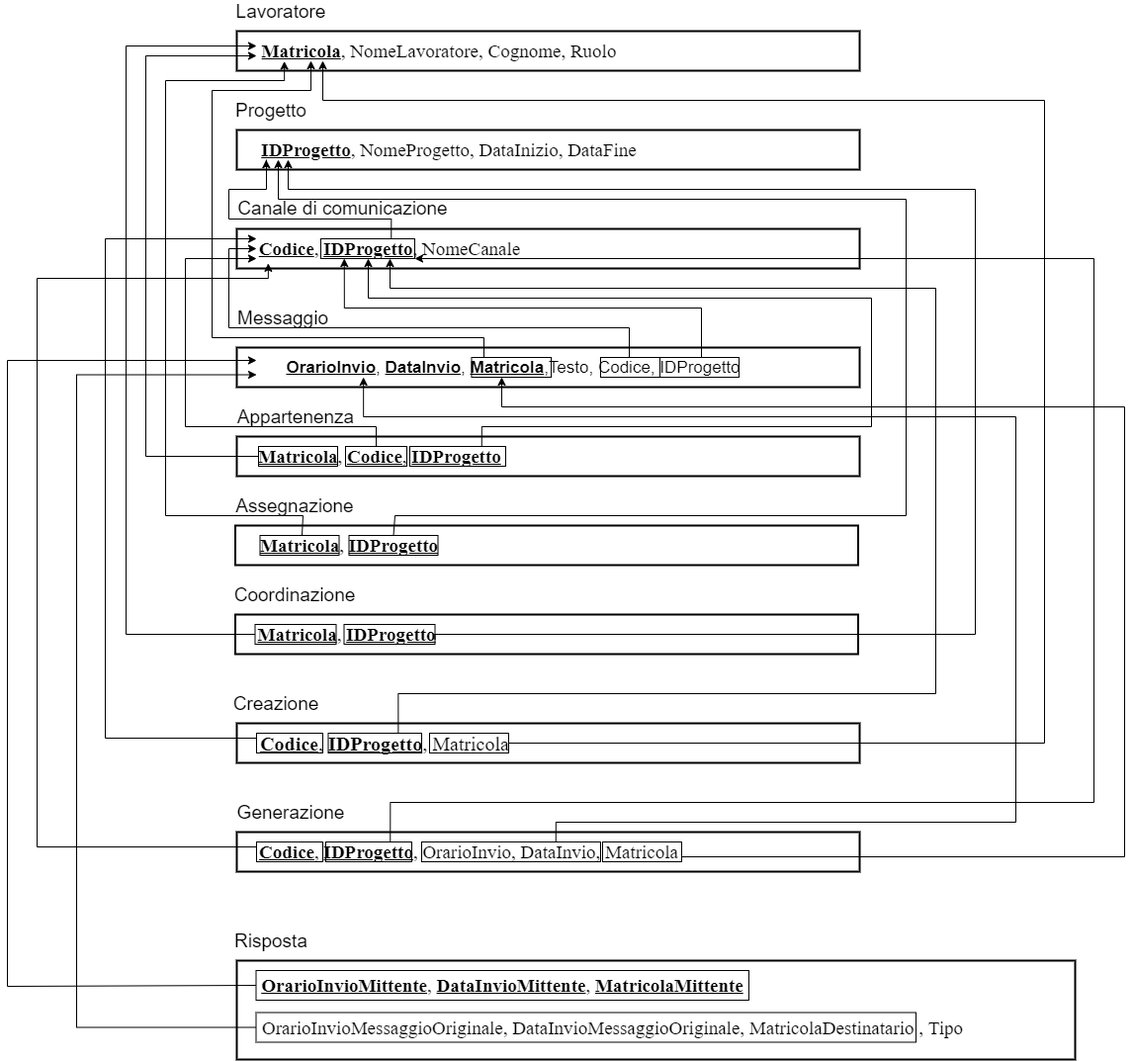
martafra/BD-Chat-Multicanale keeps this draw.io diagram as Relazione/Schema ER/modello-relazionale.png. Above is the earlier version. Source tidied: cells renumbered, new cells last; positions are measured from the earlier drawing's top-left corner, leaving out a move shared by most shapes.
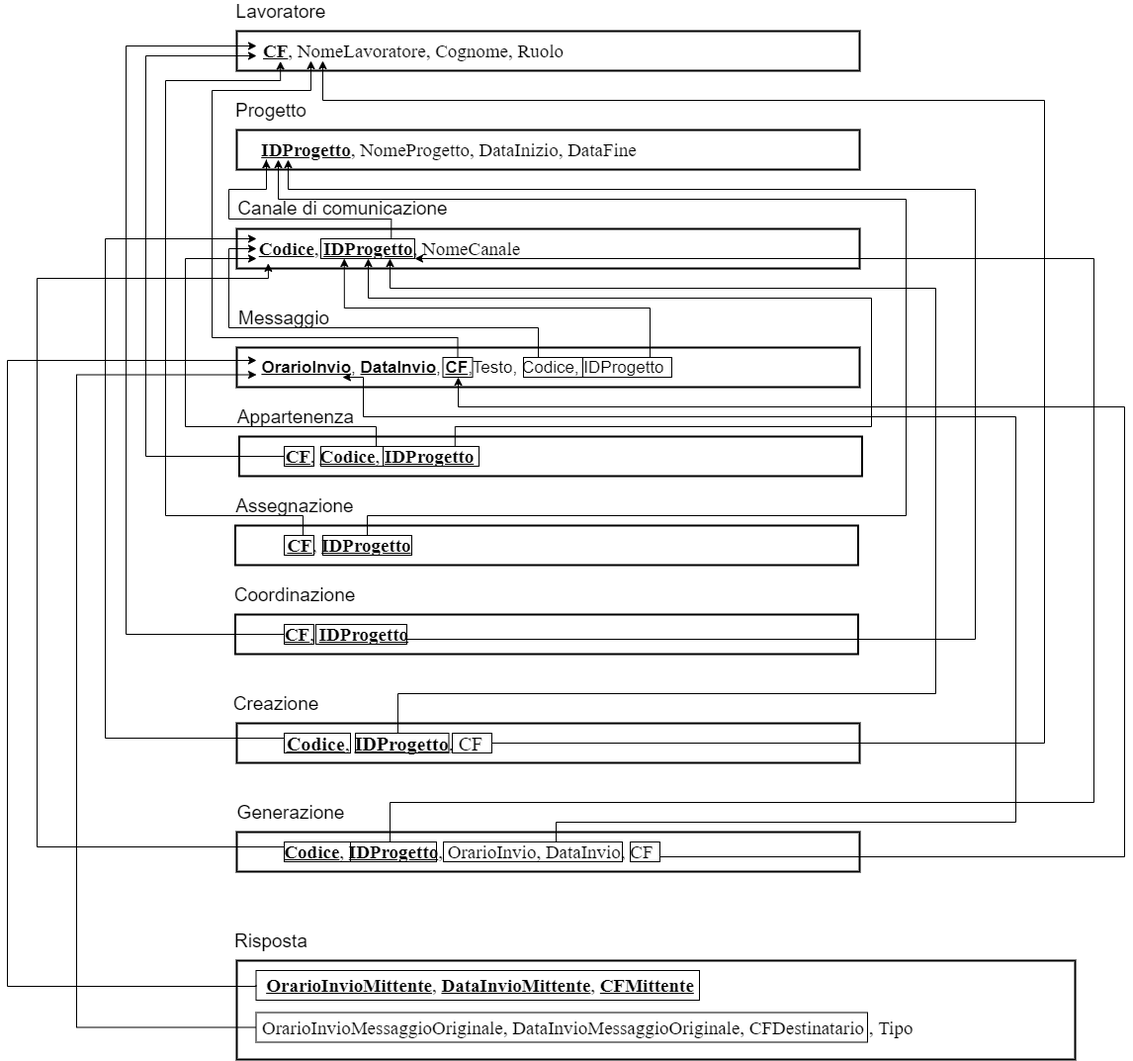
After the commit.

Diff of the diagram source:
```diff
@@ -7,4 +7,4 @@
     </mxCell>
-    <mxCell id="3" value="&lt;span style=&quot;font-size: 19px; line-height: 150%; font-family: &amp;quot;times new roman&amp;quot;, serif;&quot;&gt;&lt;u style=&quot;font-size: 19px;&quot;&gt;&lt;b style=&quot;font-size: 19px;&quot;&gt;Matricola&lt;/b&gt;&lt;/u&gt;, NomeLavoratore, Cognome, Ruolo&lt;/span&gt;" style="text;html=1;strokeColor=none;fillColor=none;align=center;verticalAlign=middle;whiteSpace=wrap;rounded=0;fontSize=19;" parent="1" vertex="1">
-      <mxGeometry x="252" y="40" width="370" height="20" as="geometry" />
+    <mxCell id="3" value="&lt;span style=&quot;font-size: 19px ; line-height: 150% ; font-family: &amp;#34;times new roman&amp;#34; , serif&quot;&gt;&lt;u style=&quot;font-size: 19px&quot;&gt;&lt;b style=&quot;font-size: 19px&quot;&gt;CF&lt;/b&gt;&lt;/u&gt;, NomeLavoratore, Cognome, Ruolo&lt;/span&gt;" style="text;html=1;strokeColor=none;fillColor=none;align=center;verticalAlign=middle;whiteSpace=wrap;rounded=0;fontSize=19;" parent="1" vertex="1">
+      <mxGeometry x="252" y="40" width="318" height="20" as="geometry" />
     </mxCell>
@@ -34,4 +34,4 @@
     </mxCell>
-    <mxCell id="12" value="&lt;font style=&quot;font-size: 17px&quot;&gt;&lt;u&gt;&lt;span style=&quot;line-height: 150%&quot;&gt;&lt;b&gt;OrarioInvio&lt;/b&gt;&lt;/span&gt;&lt;/u&gt;&lt;span style=&quot;line-height: 150%&quot;&gt;, &lt;u&gt;&lt;b&gt;DataInvio&lt;/b&gt;&lt;/u&gt;, &lt;u&gt;&lt;b&gt;Matricola&lt;/b&gt;&lt;/u&gt;,Testo, Codice, IDProgetto&lt;/span&gt;&lt;/font&gt;" style="text;whiteSpace=wrap;html=1;fontSize=18;fontFamily=Helvetica;verticalAlign=middle;align=center;" parent="1" vertex="1">
-      <mxGeometry x="252" y="355" width="520" height="30" as="geometry" />
+    <mxCell id="12" value="&lt;font style=&quot;font-size: 17px&quot;&gt;&lt;u&gt;&lt;span style=&quot;line-height: 150%&quot;&gt;&lt;b&gt;OrarioInvio&lt;/b&gt;&lt;/span&gt;&lt;/u&gt;&lt;span style=&quot;line-height: 150%&quot;&gt;, &lt;u&gt;&lt;b&gt;DataInvio&lt;/b&gt;&lt;/u&gt;, &lt;b&gt;&lt;u&gt;CF&lt;/u&gt;&lt;/b&gt;,Testo, Codice, IDProgetto&lt;/span&gt;&lt;/font&gt;" style="text;whiteSpace=wrap;html=1;fontSize=18;fontFamily=Helvetica;verticalAlign=middle;align=center;" parent="1" vertex="1">
+      <mxGeometry x="252" y="355" width="418" height="30" as="geometry" />
     </mxCell>
@@ -41,5 +41,5 @@
     <mxCell id="14" style="rounded=0;whiteSpace=wrap;html=1;fillColor=none;strokeWidth=2;" parent="1" vertex="1">
-      <mxGeometry x="232" y="440" width="630" height="40" as="geometry" />
+      <mxGeometry x="234.5" y="440" width="630" height="40" as="geometry" />
     </mxCell>
-    <mxCell id="15" value="&lt;u style=&quot;font-size: 19px&quot;&gt;&lt;span style=&quot;font-size: 19px ; line-height: 150% ; font-family: &amp;#34;times new roman&amp;#34; , serif&quot;&gt;&lt;b&gt;Matricola&lt;/b&gt;&lt;/span&gt;&lt;/u&gt;&lt;span style=&quot;font-size: 19px ; line-height: 150% ; font-family: &amp;#34;times new roman&amp;#34; , serif&quot;&gt;, &lt;u style=&quot;font-size: 19px&quot;&gt;&lt;b&gt;Codice&lt;/b&gt;&lt;/u&gt;, &lt;u style=&quot;font-size: 19px&quot;&gt;&lt;b&gt;IDProgetto&lt;/b&gt;&lt;/u&gt;&lt;/span&gt;" style="text;html=1;strokeColor=none;fillColor=none;align=center;verticalAlign=middle;whiteSpace=wrap;rounded=0;fontFamily=Helvetica;fontSize=19;" parent="1" vertex="1">
+    <mxCell id="15" value="&lt;u style=&quot;font-size: 19px&quot;&gt;&lt;span style=&quot;font-size: 19px ; line-height: 150% ; font-family: &amp;#34;times new roman&amp;#34; , serif&quot;&gt;&lt;b&gt;CF&lt;/b&gt;&lt;/span&gt;&lt;/u&gt;&lt;span style=&quot;font-size: 19px ; line-height: 150% ; font-family: &amp;#34;times new roman&amp;#34; , serif&quot;&gt;, &lt;u style=&quot;font-size: 19px&quot;&gt;&lt;b&gt;Codice&lt;/b&gt;&lt;/u&gt;, &lt;u style=&quot;font-size: 19px&quot;&gt;&lt;b&gt;IDProgetto&lt;/b&gt;&lt;/u&gt;&lt;/span&gt;" style="text;html=1;strokeColor=none;fillColor=none;align=center;verticalAlign=middle;whiteSpace=wrap;rounded=0;fontFamily=Helvetica;fontSize=19;" parent="1" vertex="1">
       <mxGeometry x="252" y="450" width="250" height="20" as="geometry" />
@@ -59,3 +59,3 @@
           <mxPoint x="160" y="80" />
-          <mxPoint x="280" y="80" />
+          <mxPoint x="276" y="80" />
         </Array>
@@ -63,3 +63,3 @@
     </mxCell>
-    <mxCell id="19" value="&lt;font style=&quot;font-size: 19px&quot;&gt;&lt;u style=&quot;font-weight: bold&quot;&gt;&lt;span style=&quot;line-height: 150% ; font-family: &amp;#34;times new roman&amp;#34; , serif&quot;&gt;Matricola&lt;/span&gt;&lt;/u&gt;&lt;span style=&quot;line-height: 150% ; font-family: &amp;#34;times new roman&amp;#34; , serif&quot;&gt;, &lt;u style=&quot;font-weight: bold&quot;&gt;IDProgetto&lt;/u&gt;&lt;/span&gt;&lt;/font&gt;" style="text;html=1;strokeColor=none;fillColor=none;align=center;verticalAlign=middle;whiteSpace=wrap;rounded=0;fontFamily=Helvetica;fontSize=19;" parent="1" vertex="1">
+    <mxCell id="19" value="&lt;font style=&quot;font-size: 19px&quot;&gt;&lt;span style=&quot;line-height: 150% ; font-family: &amp;#34;times new roman&amp;#34; , serif&quot;&gt;&lt;b&gt;&lt;u&gt;CF&lt;/u&gt;&lt;/b&gt;, &lt;u style=&quot;font-weight: bold&quot;&gt;IDProgetto&lt;/u&gt;&lt;/span&gt;&lt;/font&gt;" style="text;html=1;strokeColor=none;fillColor=none;align=center;verticalAlign=middle;whiteSpace=wrap;rounded=0;fontFamily=Helvetica;fontSize=19;" parent="1" vertex="1">
       <mxGeometry x="250.5" y="540" width="190" height="20" as="geometry" />
@@ -72,3 +72,3 @@
     </mxCell>
-    <mxCell id="22" value="&lt;font style=&quot;font-size: 19px&quot;&gt;&lt;u&gt;&lt;span style=&quot;line-height: 150% ; font-family: &amp;#34;times new roman&amp;#34; , serif&quot;&gt;&lt;b&gt;Matricola&lt;/b&gt;&lt;/span&gt;&lt;/u&gt;&lt;span style=&quot;line-height: 150% ; font-family: &amp;#34;times new roman&amp;#34; , serif&quot;&gt;,&amp;nbsp;&lt;u&gt;&lt;b&gt;IDProgetto&lt;/b&gt;&lt;/u&gt;&lt;/span&gt;&lt;/font&gt;" style="text;html=1;strokeColor=none;fillColor=none;align=center;verticalAlign=middle;whiteSpace=wrap;rounded=0;fontFamily=Helvetica;fontSize=19;" parent="1" vertex="1">
+    <mxCell id="22" value="&lt;font style=&quot;font-size: 19px&quot;&gt;&lt;u&gt;&lt;span style=&quot;line-height: 150% ; font-family: &amp;#34;times new roman&amp;#34; , serif&quot;&gt;&lt;b&gt;CF&lt;/b&gt;&lt;/span&gt;&lt;/u&gt;&lt;span style=&quot;line-height: 150% ; font-family: &amp;#34;times new roman&amp;#34; , serif&quot;&gt;,&amp;nbsp;&lt;u&gt;&lt;b&gt;IDProgetto&lt;/b&gt;&lt;/u&gt;&lt;/span&gt;&lt;/font&gt;" style="text;html=1;strokeColor=none;fillColor=none;align=center;verticalAlign=middle;whiteSpace=wrap;rounded=0;fontFamily=Helvetica;fontSize=19;" parent="1" vertex="1">
       <mxGeometry x="255.5" y="630" width="175" height="20" as="geometry" />
@@ -81,3 +81,3 @@
     </mxCell>
-    <mxCell id="25" value="&lt;font style=&quot;font-size: 20px;&quot;&gt;&lt;u style=&quot;font-size: 20px;&quot;&gt;&lt;span style=&quot;line-height: 150%; font-family: &amp;quot;times new roman&amp;quot;, serif; font-size: 20px;&quot;&gt;&lt;b style=&quot;font-size: 20px;&quot;&gt;Codice&lt;/b&gt;&lt;/span&gt;&lt;/u&gt;&lt;span style=&quot;line-height: 150%; font-family: &amp;quot;times new roman&amp;quot;, serif; font-size: 20px;&quot;&gt;, &lt;u style=&quot;font-size: 20px;&quot;&gt;&lt;b style=&quot;font-size: 20px;&quot;&gt;IDProgetto&lt;/b&gt;&lt;/u&gt;, Matricola&lt;/span&gt;&lt;/font&gt;" style="text;html=1;strokeColor=none;fillColor=none;align=center;verticalAlign=middle;whiteSpace=wrap;rounded=0;fontFamily=Helvetica;fontSize=20;" parent="1" vertex="1">
+    <mxCell id="25" value="&lt;font style=&quot;font-size: 20px&quot;&gt;&lt;u style=&quot;font-size: 20px&quot;&gt;&lt;span style=&quot;line-height: 150% ; font-family: &amp;#34;times new roman&amp;#34; , serif ; font-size: 20px&quot;&gt;&lt;b style=&quot;font-size: 20px&quot;&gt;Codice&lt;/b&gt;&lt;/span&gt;&lt;/u&gt;&lt;span style=&quot;line-height: 150% ; font-family: &amp;#34;times new roman&amp;#34; , serif ; font-size: 20px&quot;&gt;, &lt;u style=&quot;font-size: 20px&quot;&gt;&lt;b style=&quot;font-size: 20px&quot;&gt;IDProgetto&lt;/b&gt;&lt;/u&gt;, CF&lt;/span&gt;&lt;/font&gt;" style="text;html=1;strokeColor=none;fillColor=none;align=center;verticalAlign=middle;whiteSpace=wrap;rounded=0;fontFamily=Helvetica;fontSize=20;" parent="1" vertex="1">
       <mxGeometry x="252" y="740" width="260" height="20" as="geometry" />
@@ -90,3 +90,3 @@
     </mxCell>
-    <mxCell id="28" value="&lt;u style=&quot;font-size: 19px&quot;&gt;&lt;span style=&quot;font-size: 19px ; line-height: 150% ; font-family: &amp;#34;times new roman&amp;#34; , serif&quot;&gt;&lt;b&gt;Codice&lt;/b&gt;&lt;/span&gt;&lt;/u&gt;&lt;span style=&quot;font-size: 19px ; line-height: 150% ; font-family: &amp;#34;times new roman&amp;#34; , serif&quot;&gt;, &lt;u style=&quot;font-size: 19px&quot;&gt;&lt;b&gt;IDProgetto&lt;/b&gt;&lt;/u&gt;, OrarioInvio, DataInvio, Matricola&lt;/span&gt;" style="text;html=1;strokeColor=none;fillColor=none;align=center;verticalAlign=middle;whiteSpace=wrap;rounded=0;fontFamily=Helvetica;fontSize=19;" parent="1" vertex="1">
+    <mxCell id="28" value="&lt;u style=&quot;font-size: 19px&quot;&gt;&lt;span style=&quot;font-size: 19px ; line-height: 150% ; font-family: &amp;#34;times new roman&amp;#34; , serif&quot;&gt;&lt;b&gt;Codice&lt;/b&gt;&lt;/span&gt;&lt;/u&gt;&lt;span style=&quot;font-size: 19px ; line-height: 150% ; font-family: &amp;#34;times new roman&amp;#34; , serif&quot;&gt;, &lt;u style=&quot;font-size: 19px&quot;&gt;&lt;b&gt;IDProgetto&lt;/b&gt;&lt;/u&gt;, OrarioInvio, DataInvio, CF&lt;/span&gt;" style="text;html=1;strokeColor=none;fillColor=none;align=center;verticalAlign=middle;whiteSpace=wrap;rounded=0;fontFamily=Helvetica;fontSize=19;" parent="1" vertex="1">
       <mxGeometry x="252" y="845" width="430" height="30" as="geometry" />
@@ -108,3 +108,3 @@
     </mxCell>
-    <mxCell id="32" value="&lt;span style=&quot;font-size: 19px ; line-height: 150% ; font-family: &amp;#34;times new roman&amp;#34; , serif&quot;&gt;OrarioInvioMessaggioOriginale, DataInvioMessaggioOriginale, MatricolaDestinatario , Tipo&lt;/span&gt;" style="text;html=1;strokeColor=none;fillColor=none;align=left;verticalAlign=middle;whiteSpace=wrap;rounded=0;fontFamily=Helvetica;fontSize=19;" parent="1" vertex="1">
+    <mxCell id="32" value="&lt;span style=&quot;font-size: 19px ; line-height: 150% ; font-family: &amp;#34;times new roman&amp;#34; , serif&quot;&gt;OrarioInvioMessaggioOriginale, DataInvioMessaggioOriginale, CFDestinatario , Tipo&lt;/span&gt;" style="text;html=1;strokeColor=none;fillColor=none;align=left;verticalAlign=middle;whiteSpace=wrap;rounded=0;fontFamily=Helvetica;fontSize=19;" parent="1" vertex="1">
       <mxGeometry x="255.5" y="1022.5" width="714.5" height="30" as="geometry" />
@@ -131,3 +131,3 @@
         <Array as="points">
-          <mxPoint x="482" y="340" />
+          <mxPoint x="456" y="340" />
           <mxPoint x="207" y="340" />
@@ -139,3 +139,3 @@
     <mxCell id="37" style="rounded=0;whiteSpace=wrap;html=1;fillColor=none;fontFamily=Helvetica;fontSize=19;align=left;" parent="1" vertex="1">
-      <mxGeometry x="469.5" y="360" width="80.5" height="20" as="geometry" />
+      <mxGeometry x="440.5" y="360" width="30" height="20" as="geometry" />
     </mxCell>
@@ -144,3 +144,4 @@
         <Array as="points">
-          <mxPoint x="702" y="310" />
+          <mxPoint x="650" y="360" />
+          <mxPoint x="650" y="310" />
           <mxPoint x="341" y="310" />
@@ -150,6 +151,6 @@
     <mxCell id="39" style="rounded=0;whiteSpace=wrap;html=1;fillColor=none;fontFamily=Helvetica;fontSize=19;align=left;" parent="1" vertex="1">
-      <mxGeometry x="660" y="360" width="80" height="20" as="geometry" />
+      <mxGeometry x="582" y="360" width="90" height="20" as="geometry" />
     </mxCell>
     <mxCell id="40" style="rounded=0;whiteSpace=wrap;html=1;fillColor=none;fontFamily=Helvetica;fontSize=19;align=left;" parent="1" vertex="1">
-      <mxGeometry x="255.5" y="540" width="80" height="20" as="geometry" />
+      <mxGeometry x="280" y="540" width="30" height="20" as="geometry" />
     </mxCell>
@@ -159,4 +160,3 @@
         <Array as="points">
-          <mxPoint x="392" y="540" />
-          <mxPoint x="392" y="520" />
+          <mxPoint x="364" y="520" />
           <mxPoint x="909" y="520" />
@@ -168,3 +168,3 @@
     <mxCell id="42" style="rounded=0;whiteSpace=wrap;html=1;fillColor=none;fontFamily=Helvetica;fontSize=19;align=left;" parent="1" vertex="1">
-      <mxGeometry x="345.5" y="540" width="90" height="20" as="geometry" />
+      <mxGeometry x="319" y="540" width="90" height="20" as="geometry" />
     </mxCell>
@@ -179,3 +179,3 @@
     <mxCell id="44" style="rounded=0;whiteSpace=wrap;html=1;fillColor=none;fontFamily=Helvetica;fontSize=19;align=left;" parent="1" vertex="1">
-      <mxGeometry x="250.5" y="630" width="82" height="20" as="geometry" />
+      <mxGeometry x="280" y="630" width="30" height="20" as="geometry" />
     </mxCell>
@@ -184,4 +184,3 @@
         <Array as="points">
-          <mxPoint x="433" y="640" />
-          <mxPoint x="979" y="640" />
+          <mxPoint x="979" y="645" />
           <mxPoint x="979" y="190" />
@@ -192,3 +191,3 @@
     <mxCell id="46" style="rounded=0;whiteSpace=wrap;html=1;fillColor=none;fontFamily=Helvetica;fontSize=19;align=left;" parent="1" vertex="1">
-      <mxGeometry x="340.5" y="630" width="92" height="20" as="geometry" />
+      <mxGeometry x="312" y="630" width="92" height="20" as="geometry" />
     </mxCell>
@@ -203,3 +202,3 @@
     <mxCell id="48" style="rounded=0;whiteSpace=wrap;html=1;fillColor=none;fontFamily=Helvetica;fontSize=19;align=left;" parent="1" vertex="1">
-      <mxGeometry x="254" y="450" width="80" height="20" as="geometry" />
+      <mxGeometry x="280" y="450" width="30" height="20" as="geometry" />
     </mxCell>
@@ -208,3 +207,3 @@
         <Array as="points">
-          <mxPoint x="629" y="330" />
+          <mxPoint x="537" y="330" />
           <mxPoint x="224" y="330" />
@@ -215,3 +214,3 @@
     <mxCell id="50" style="rounded=0;whiteSpace=wrap;html=1;fillColor=none;fontFamily=Helvetica;fontSize=19;align=left;" parent="1" vertex="1">
-      <mxGeometry x="600" y="360" width="60" height="20" as="geometry" />
+      <mxGeometry x="522" y="360" width="60" height="20" as="geometry" />
     </mxCell>
@@ -227,3 +226,3 @@
     <mxCell id="52" style="rounded=0;whiteSpace=wrap;html=1;fillColor=none;fontFamily=Helvetica;fontSize=19;align=left;" parent="1" vertex="1">
-      <mxGeometry x="342" y="450" width="62" height="20" as="geometry" />
+      <mxGeometry x="317" y="450" width="63" height="20" as="geometry" />
     </mxCell>
@@ -232,3 +231,3 @@
         <Array as="points">
-          <mxPoint x="480" y="430" />
+          <mxPoint x="453" y="430" />
           <mxPoint x="874" y="430" />
@@ -240,3 +239,3 @@
     <mxCell id="54" style="rounded=0;whiteSpace=wrap;html=1;fillColor=none;fontFamily=Helvetica;fontSize=19;align=left;" parent="1" vertex="1">
-      <mxGeometry x="407" y="450" width="97" height="20" as="geometry" />
+      <mxGeometry x="380" y="450" width="97" height="20" as="geometry" />
     </mxCell>
@@ -251,3 +250,3 @@
     <mxCell id="56" style="rounded=0;whiteSpace=wrap;html=1;fillColor=none;fontFamily=Helvetica;fontSize=19;align=left;" parent="1" vertex="1">
-      <mxGeometry x="252" y="740" width="67" height="20" as="geometry" />
+      <mxGeometry x="280" y="740" width="67" height="20" as="geometry" />
     </mxCell>
@@ -264,3 +263,3 @@
     <mxCell id="58" style="rounded=0;whiteSpace=wrap;html=1;fillColor=none;fontFamily=Helvetica;fontSize=19;align=left;" parent="1" vertex="1">
-      <mxGeometry x="324.5" y="740" width="94.5" height="20" as="geometry" />
+      <mxGeometry x="352" y="740" width="94.5" height="20" as="geometry" />
     </mxCell>
@@ -277,3 +276,3 @@
     <mxCell id="60" style="rounded=0;whiteSpace=wrap;html=1;fillColor=none;fontFamily=Helvetica;fontSize=19;align=left;" parent="1" vertex="1">
-      <mxGeometry x="427" y="740" width="80" height="20" as="geometry" />
+      <mxGeometry x="450" y="740" width="40" height="20" as="geometry" />
     </mxCell>
@@ -289,3 +288,3 @@
     <mxCell id="62" style="rounded=0;whiteSpace=wrap;html=1;fillColor=none;fontFamily=Helvetica;fontSize=19;align=left;" parent="1" vertex="1">
-      <mxGeometry x="252" y="850" width="67" height="20" as="geometry" />
+      <mxGeometry x="280" y="850" width="67" height="20" as="geometry" />
     </mxCell>
@@ -301,3 +300,3 @@
     <mxCell id="64" style="rounded=0;whiteSpace=wrap;html=1;fillColor=none;fontFamily=Helvetica;fontSize=19;align=left;" parent="1" vertex="1">
-      <mxGeometry x="322" y="850" width="87" height="20" as="geometry" />
+      <mxGeometry x="347" y="850" width="87" height="20" as="geometry" />
     </mxCell>
@@ -308,3 +307,3 @@
           <mxPoint x="1130" y="410" />
-          <mxPoint x="500" y="410" />
+          <mxPoint x="456" y="410" />
         </Array>
@@ -313,6 +312,6 @@
     <mxCell id="66" style="rounded=0;whiteSpace=wrap;html=1;fillColor=none;fontFamily=Helvetica;fontSize=19;align=left;" parent="1" vertex="1">
-      <mxGeometry x="602" y="850" width="80" height="20" as="geometry" />
+      <mxGeometry x="630" y="850" width="30" height="20" as="geometry" />
     </mxCell>
     <mxCell id="67" style="rounded=0;whiteSpace=wrap;html=1;fillColor=none;fontFamily=Helvetica;fontSize=19;align=left;" parent="1" vertex="1">
-      <mxGeometry x="251.5" y="980" width="498.5" height="30" as="geometry" />
+      <mxGeometry x="251.5" y="980" width="448.5" height="30" as="geometry" />
     </mxCell>
@@ -327,3 +326,3 @@
     <mxCell id="69" style="rounded=0;whiteSpace=wrap;html=1;fillColor=none;fontFamily=Helvetica;fontSize=19;align=left;" parent="1" vertex="1">
-      <mxGeometry x="251.5" y="1022.5" width="667.5" height="30" as="geometry" />
+      <mxGeometry x="251.5" y="1022.5" width="618.5" height="30" as="geometry" />
     </mxCell>
@@ -336,2 +335,3 @@
           <mxPoint x="360" y="420" />
+          <mxPoint x="360" y="380" />
         </Array>
@@ -340,6 +340,6 @@
     <mxCell id="71" style="rounded=0;whiteSpace=wrap;html=1;fillColor=none;fontFamily=Helvetica;fontSize=19;align=left;" parent="1" vertex="1">
-      <mxGeometry x="419" y="850" width="181" height="20" as="geometry" />
+      <mxGeometry x="441" y="850" width="181" height="20" as="geometry" />
     </mxCell>
-    <mxCell id="72" value="&lt;u style=&quot;font-size: 19px ; text-align: left&quot;&gt;&lt;span style=&quot;line-height: 28.5px ; font-family: &amp;#34;times new roman&amp;#34; , serif&quot;&gt;&lt;b&gt;OrarioInvioMittente&lt;/b&gt;&lt;/span&gt;&lt;/u&gt;&lt;span style=&quot;font-size: 19px ; text-align: left ; line-height: 28.5px ; font-family: &amp;#34;times new roman&amp;#34; , serif&quot;&gt;,&amp;nbsp;&lt;u&gt;&lt;b&gt;DataInvioMittente&lt;/b&gt;&lt;/u&gt;,&amp;nbsp;&lt;u&gt;&lt;b&gt;MatricolaMittente&lt;/b&gt;&lt;/u&gt;&lt;/span&gt;" style="text;html=1;strokeColor=none;fillColor=none;align=center;verticalAlign=middle;whiteSpace=wrap;rounded=0;" parent="1" vertex="1">
-      <mxGeometry x="255.5" y="985" width="490" height="20" as="geometry" />
+    <mxCell id="72" value="&lt;u style=&quot;font-size: 19px ; text-align: left&quot;&gt;&lt;span style=&quot;line-height: 28.5px ; font-family: &amp;#34;times new roman&amp;#34; , serif&quot;&gt;&lt;b&gt;OrarioInvioMittente&lt;/b&gt;&lt;/span&gt;&lt;/u&gt;&lt;span style=&quot;font-size: 19px ; text-align: left ; line-height: 28.5px ; font-family: &amp;#34;times new roman&amp;#34; , serif&quot;&gt;,&amp;nbsp;&lt;u&gt;&lt;b&gt;DataInvioMittente&lt;/b&gt;&lt;/u&gt;,&amp;nbsp;&lt;u&gt;&lt;b&gt;CFMittente&lt;/b&gt;&lt;/u&gt;&lt;/span&gt;" style="text;html=1;strokeColor=none;fillColor=none;align=center;verticalAlign=middle;whiteSpace=wrap;rounded=0;" parent="1" vertex="1">
+      <mxGeometry x="255.5" y="985" width="444.5" height="20" as="geometry" />
     </mxCell>
```
